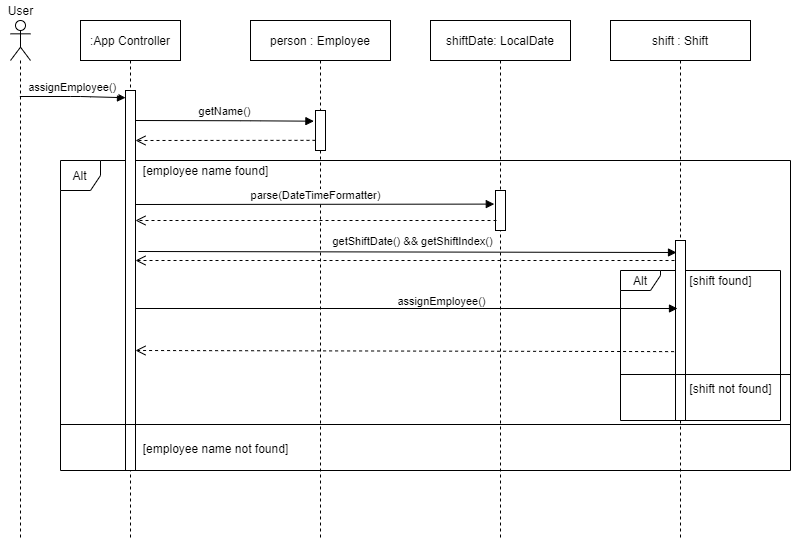
Earlier version of the draw.io export docs/assignEmployee.png (nus-cs2113-AY2021S2/tp). Source tidied: cells renumbered, new cells last; positions are measured from the earlier drawing's top-left corner, leaving out a move shared by most shapes.
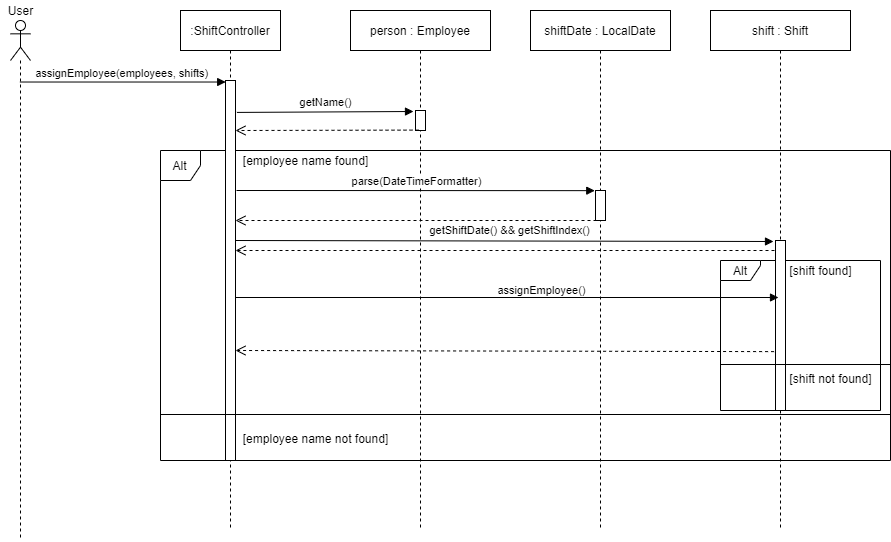
After the commit.

Commit message:
Update assignEmployee sequence diagram

Diff of the diagram source:
```diff
@@ -8,7 +8,7 @@
     <mxCell id="3" value="Alt" style="shape=umlFrame;whiteSpace=wrap;html=1;width=40;height=20;" parent="1" vertex="1">
       <mxGeometry x="620" y="270" width="160" height="150" as="geometry" />
     </mxCell>
-    <mxCell id="4" value=":App Controller" style="shape=umlLifeline;perimeter=lifelinePerimeter;rounded=0;shadow=0;strokeWidth=1;" parent="1" vertex="1">
+    <mxCell id="4" value=":ShiftController" style="shape=umlLifeline;perimeter=lifelinePerimeter;rounded=0;shadow=0;strokeWidth=1;" parent="1" vertex="1">
       <mxGeometry x="80" y="20" width="100" height="520" as="geometry" />
     </mxCell>
     <mxCell id="5" style="points=[];perimeter=orthogonalPerimeter;rounded=0;shadow=0;strokeWidth=1;" parent="4" vertex="1">
@@ -18,28 +18,20 @@
       <mxGeometry x="250" y="20" width="140" height="520" as="geometry" />
     </mxCell>
     <mxCell id="7" style="points=[];perimeter=orthogonalPerimeter;rounded=0;shadow=0;strokeWidth=1;" parent="6" vertex="1">
-      <mxGeometry x="65" y="90" width="10" height="40" as="geometry" />
+      <mxGeometry x="65" y="100" width="10" height="20" as="geometry" />
     </mxCell>
     <mxCell id="8" style="shape=umlLifeline;participant=umlActor;perimeter=lifelinePerimeter;whiteSpace=wrap;html=1;verticalAlign=top;spacingTop=36;outlineConnect=0;" parent="1" vertex="1">
-      <mxGeometry x="10" y="20" width="20" height="520" as="geometry" />
+      <mxGeometry x="-90" y="30" width="20" height="520" as="geometry" />
     </mxCell>
     <mxCell id="9" value="User" style="text;html=1;align=center;verticalAlign=middle;" parent="1" vertex="1">
-      <mxGeometry width="40" height="20" as="geometry" />
+      <mxGeometry x="-100" y="10" width="40" height="20" as="geometry" />
     </mxCell>
-    <mxCell id="10" value="assignEmployee()" style="verticalAlign=bottom;endArrow=block;shadow=0;strokeWidth=1;entryX=0;entryY=0.019;entryDx=0;entryDy=0;entryPerimeter=0;" parent="1" edge="1" source="8" target="5">
-      <mxGeometry relative="1" as="geometry">
-        <Array as="points">
-          <mxPoint x="80" y="96" />
-        </Array>
-      </mxGeometry>
+    <mxCell id="10" value="assignEmployee(employees, shifts)" style="verticalAlign=bottom;endArrow=block;shadow=0;strokeWidth=1;entryX=0.02;entryY=0.004;entryDx=0;entryDy=0;entryPerimeter=0;" parent="1" edge="1" source="8" target="5">
+      <mxGeometry relative="1" as="geometry" />
     </mxCell>
-    <mxCell id="11" value="getName()" style="html=1;verticalAlign=bottom;endArrow=block;exitX=1.04;exitY=0.199;exitDx=0;exitDy=0;exitPerimeter=0;entryX=-0.12;entryY=0.115;entryDx=0;entryDy=0;entryPerimeter=0;" parent="1" edge="1">
+    <mxCell id="11" value="getName()" style="html=1;verticalAlign=bottom;endArrow=block;exitX=1.14;exitY=0.084;exitDx=0;exitDy=0;exitPerimeter=0;" parent="1" edge="1" source="5">
       <mxGeometry relative="1" as="geometry">
-        <mxPoint x="135" y="120" as="sourcePoint" />
-        <mxPoint x="313.4" y="120.7" as="targetPoint" />
-        <Array as="points">
-          <mxPoint x="249.6" y="120.3" />
-        </Array>
+        <mxPoint x="313" y="121" as="targetPoint" />
       </mxGeometry>
     </mxCell>
     <mxCell id="12" value="[employee name found]" style="text;html=1;align=center;verticalAlign=middle;" parent="1" vertex="1">
@@ -49,26 +41,26 @@
       <mxGeometry x="610" y="20" width="140" height="520" as="geometry" />
     </mxCell>
     <mxCell id="14" style="perimeter=orthogonalPerimeter;rounded=0;shadow=0;strokeWidth=1;" parent="13" vertex="1">
-      <mxGeometry x="65" y="220" width="10" height="180" as="geometry" />
+      <mxGeometry x="65" y="230" width="10" height="170" as="geometry" />
     </mxCell>
-    <mxCell id="15" value="shiftDate: LocalDate" style="shape=umlLifeline;perimeter=lifelinePerimeter;rounded=0;shadow=0;strokeWidth=1;" parent="1" vertex="1">
+    <mxCell id="15" value="shiftDate : LocalDate" style="shape=umlLifeline;perimeter=lifelinePerimeter;rounded=0;shadow=0;strokeWidth=1;" parent="1" vertex="1">
       <mxGeometry x="430" y="20" width="140" height="520" as="geometry" />
     </mxCell>
     <mxCell id="16" style="points=[];perimeter=orthogonalPerimeter;rounded=0;shadow=0;strokeWidth=1;" parent="15" vertex="1">
-      <mxGeometry x="65" y="170" width="10" height="40" as="geometry" />
+      <mxGeometry x="65" y="180" width="10" height="30" as="geometry" />
     </mxCell>
     <mxCell id="17" style="line;strokeWidth=1;fillColor=none;align=left;verticalAlign=middle;spacingTop=-1;spacingLeft=3;spacingRight=3;labelPosition=right;" parent="1" vertex="1">
       <mxGeometry x="60" y="420" width="730" height="8" as="geometry" />
     </mxCell>
-    <mxCell id="18" value="parse(DateTimeFormatter)" style="html=1;verticalAlign=bottom;endArrow=block;entryX=-0.12;entryY=0.34;entryDx=0;entryDy=0;entryPerimeter=0;" parent="1" edge="1" target="16">
+    <mxCell id="18" value="parse(DateTimeFormatter)" style="html=1;verticalAlign=bottom;endArrow=block;entryX=-0.072;entryY=0.005;entryDx=0;entryDy=0;entryPerimeter=0;" parent="1" edge="1" target="16">
       <mxGeometry relative="1" as="geometry">
-        <mxPoint x="135" y="204" as="sourcePoint" />
+        <mxPoint x="136" y="200" as="sourcePoint" />
       </mxGeometry>
     </mxCell>
     <mxCell id="19" style="html=1;verticalAlign=bottom;endArrow=open;dashed=1;endSize=8;" parent="1" edge="1">
       <mxGeometry relative="1" as="geometry">
-        <mxPoint x="496" y="220" as="sourcePoint" />
-        <mxPoint x="135" y="220" as="targetPoint" />
+        <mxPoint x="496" y="230" as="sourcePoint" />
+        <mxPoint x="135" y="230" as="targetPoint" />
       </mxGeometry>
     </mxCell>
     <mxCell id="20" value="[employee name not found]" style="text;html=1;align=center;verticalAlign=middle;" parent="1" vertex="1">
@@ -85,8 +77,8 @@
     </mxCell>
     <mxCell id="24" style="html=1;verticalAlign=bottom;endArrow=block;" parent="1" edge="1">
       <mxGeometry relative="1" as="geometry">
-        <mxPoint x="138" y="251" as="sourcePoint" />
-        <mxPoint x="676" y="252" as="targetPoint" />
+        <mxPoint x="135" y="250" as="sourcePoint" />
+        <mxPoint x="673" y="251" as="targetPoint" />
       </mxGeometry>
     </mxCell>
     <mxCell id="25" value="getShiftDate() &amp;amp;&amp;amp; getShiftIndex()" style="edgeLabel;html=1;align=center;verticalAlign=middle;" parent="24" vertex="1">
@@ -100,20 +92,20 @@
         <mxPoint x="135" y="260" as="targetPoint" />
       </mxGeometry>
     </mxCell>
-    <mxCell id="27" style="html=1;verticalAlign=bottom;endArrow=open;dashed=1;endSize=8;exitX=0;exitY=0.746;exitDx=0;exitDy=0;exitPerimeter=0;" parent="1" edge="1" source="7">
+    <mxCell id="27" style="html=1;verticalAlign=bottom;endArrow=open;dashed=1;endSize=8;exitX=0.3;exitY=0.98;exitDx=0;exitDy=0;exitPerimeter=0;" parent="1" edge="1" source="7">
       <mxGeometry relative="1" as="geometry">
         <mxPoint x="135" y="140" as="targetPoint" />
       </mxGeometry>
     </mxCell>
     <mxCell id="28" style="html=1;verticalAlign=bottom;endArrow=open;dashed=1;endSize=8;exitX=-0.141;exitY=0.176;exitDx=0;exitDy=0;exitPerimeter=0;" parent="1" edge="1">
       <mxGeometry relative="1" as="geometry">
-        <mxPoint x="673.6" y="351.1" as="sourcePoint" />
-        <mxPoint x="135" y="350" as="targetPoint" />
+        <mxPoint x="673.6" y="361.1" as="sourcePoint" />
+        <mxPoint x="135" y="360" as="targetPoint" />
       </mxGeometry>
     </mxCell>
     <mxCell id="29" style="html=1;verticalAlign=bottom;endArrow=block;" parent="1" edge="1" source="5">
       <mxGeometry relative="1" as="geometry">
-        <mxPoint x="677" y="308" as="targetPoint" />
+        <mxPoint x="678" y="307" as="targetPoint" />
       </mxGeometry>
     </mxCell>
     <mxCell id="30" value="assignEmployee()" style="edgeLabel;html=1;align=center;verticalAlign=middle;" parent="29" vertex="1">
```
